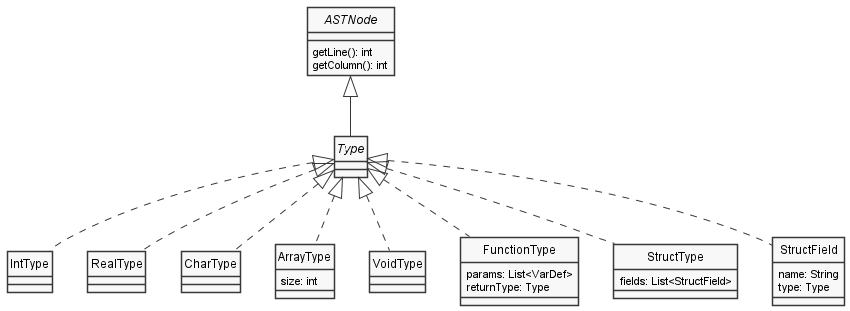
This is docs/diagrams/Types.png from uo271288/dlp-compiler, a PlantUML export, as it was before one commit. Source of this version:
```plantuml
@startuml Types
skinparam style strictuml
skinparam monochrome true

interface ASTNode {
    getLine(): int
    getColumn(): int
}

interface Type

class IntType

class RealType

class CharType

class ArrayType {
    size: int
}

class VoidType

class FunctionType {
    params: List<VarDef>
    returnType: Type
}

class StructType {
    fields: List<StructField>
}

class StructField {
    name: String
    type: Type
}

ASTNode <|-- Type
Type <|.. IntType
Type <|.. RealType
Type <|.. CharType
Type <|.. ArrayType
Type <|.. VoidType
Type <|.. FunctionType
Type <|.. StructType
Type <|.. StructField

@enduml
```
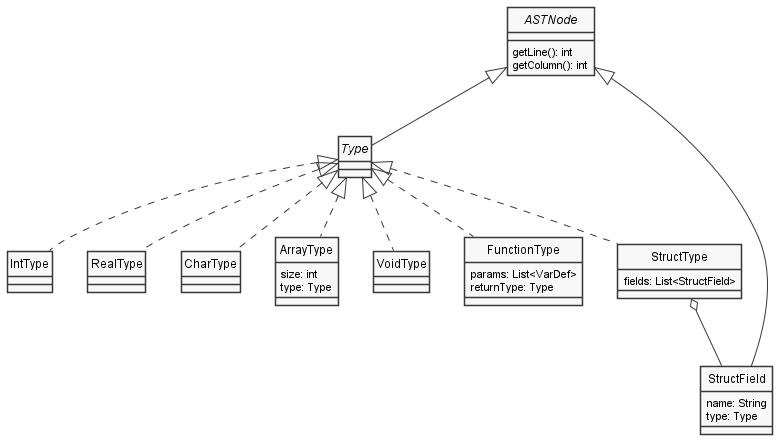
Later version of the same file.

The edit, as a diff of the source:
```diff
@@ -17,6 +17,7 @@
 
 class ArrayType {
     size: int
+    type: Type
 }
 
 class VoidType
@@ -43,6 +44,6 @@
 Type <|.. VoidType
 Type <|.. FunctionType
 Type <|.. StructType
-Type <|.. StructField
-
+StructType o-- StructField
+ASTNode <|-- StructField
 @enduml
```
